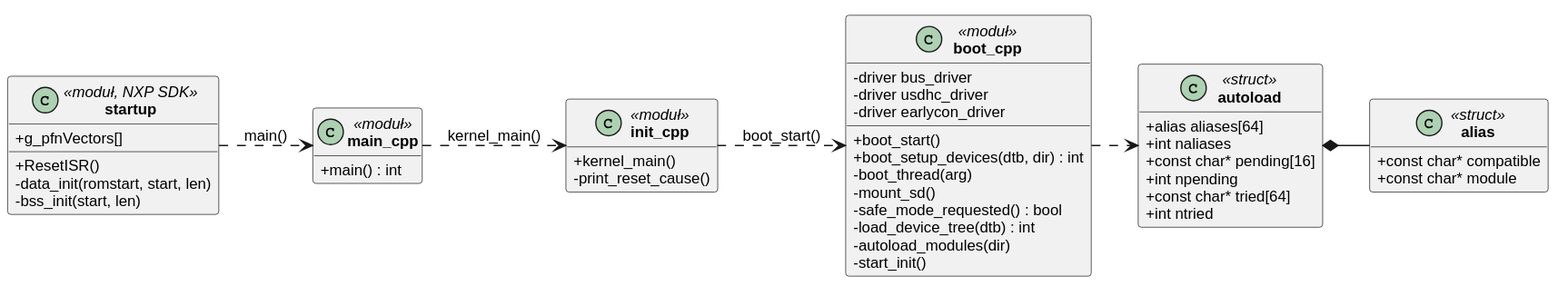
aroesz98/CRTOS keeps this PlantUML diagram as docs/specyfikacja/diagramy/K18/struktura-statyczna.svg. Above is the earlier version. Source of this version:
```plantuml
@startuml
!include ../styl.iuml
left to right direction
class startup <<moduł, NXP SDK>> {
  +g_pfnVectors[]
  +ResetISR()
  -data_init(romstart, start, len)
  -bss_init(start, len)
}
class main_cpp <<moduł>> {
  +main() : int
}
class init_cpp <<moduł>> {
  +kernel_main()
  -print_reset_cause()
}
class boot_cpp <<moduł>> {
  -driver bus_driver
  -driver usdhc_driver
  -driver earlycon_driver
  +boot_start()
  +boot_setup_devices(dtb, dir) : int
  -boot_thread(arg)
  -mount_sd()
  -safe_mode_requested() : bool
  -load_device_tree(dtb) : int
  -autoload_modules(dir)
  -start_init()
}
class autoload <<struct>> {
  +alias aliases[64]
  +int naliases
  +const char* pending[16]
  +int npending
  +const char* tried[64]
  +int ntried
}
class alias <<struct>> {
  +const char* compatible
  +const char* module
}
startup ..> main_cpp : main()
main_cpp ..> init_cpp : kernel_main()
init_cpp ..> boot_cpp : boot_start()
boot_cpp ..> autoload
autoload *-- alias
@enduml
```
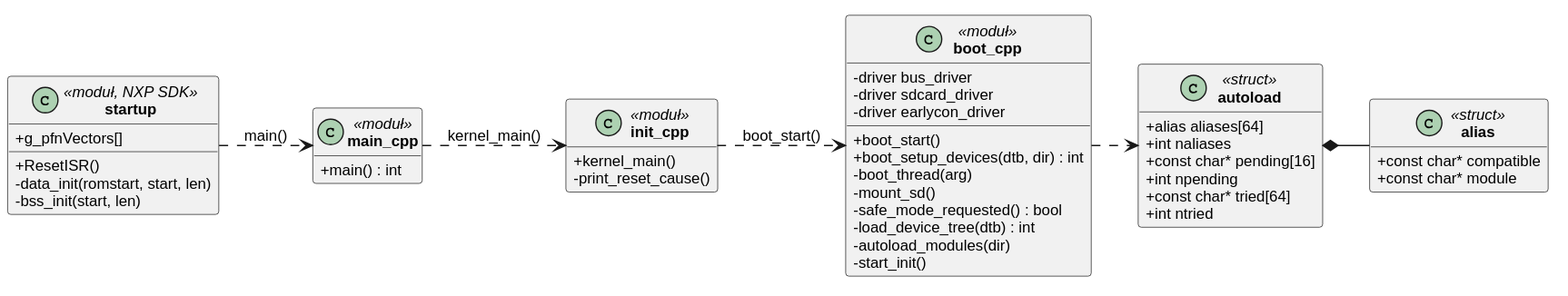
After the commit.

Change to the diagram source:
```diff
@@ -16,7 +16,7 @@
 }
 class boot_cpp <<moduł>> {
   -driver bus_driver
-  -driver usdhc_driver
+  -driver sdcard_driver
   -driver earlycon_driver
   +boot_start()
   +boot_setup_devices(dtb, dir) : int
```
